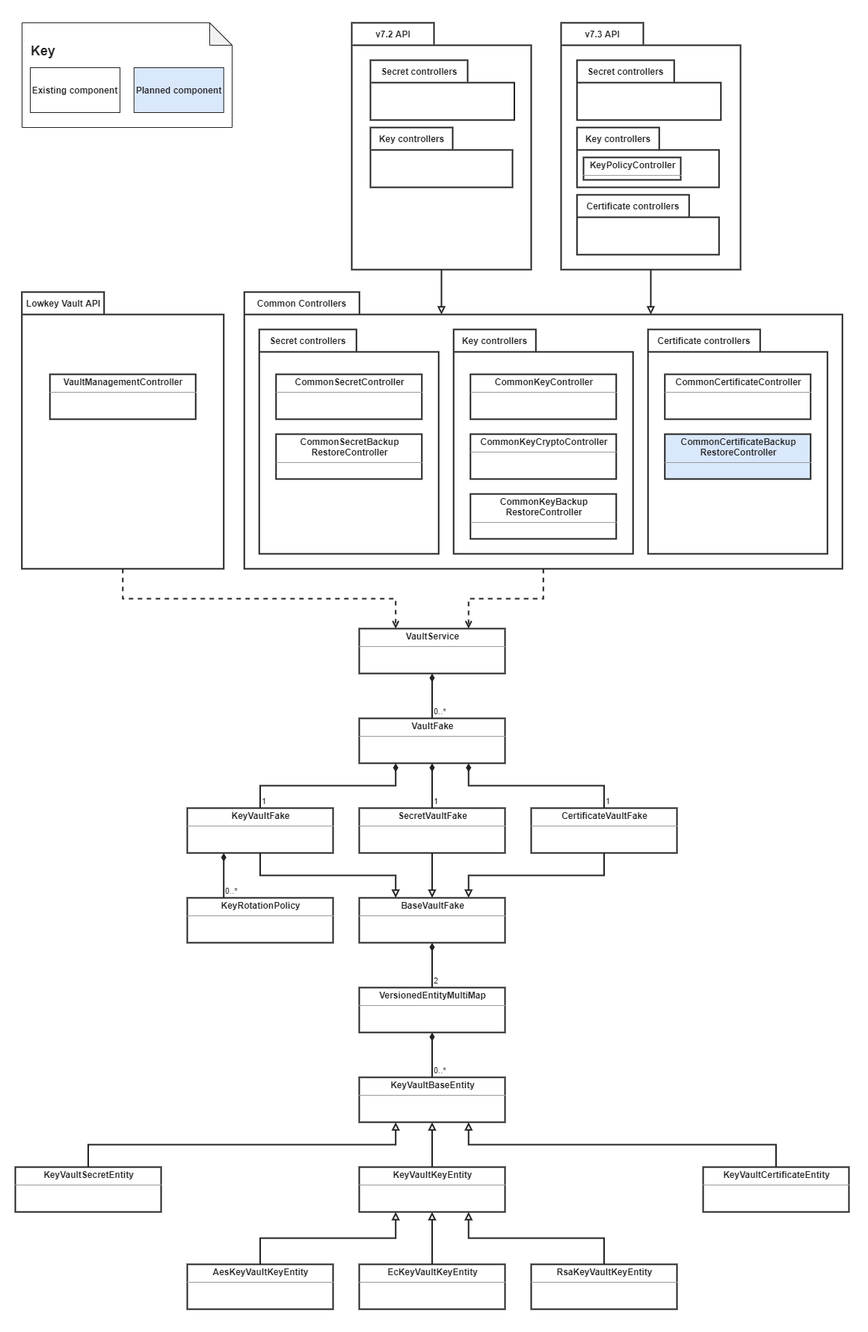
Earlier version of the draw.io export .github/assets/LowkeyVaultArchitecture-Classes.png (nagyesta/lowkey-vault). Source tidied: cells renumbered, new cells last; positions are measured from the earlier drawing's top-left corner, leaving out a move shared by most shapes.
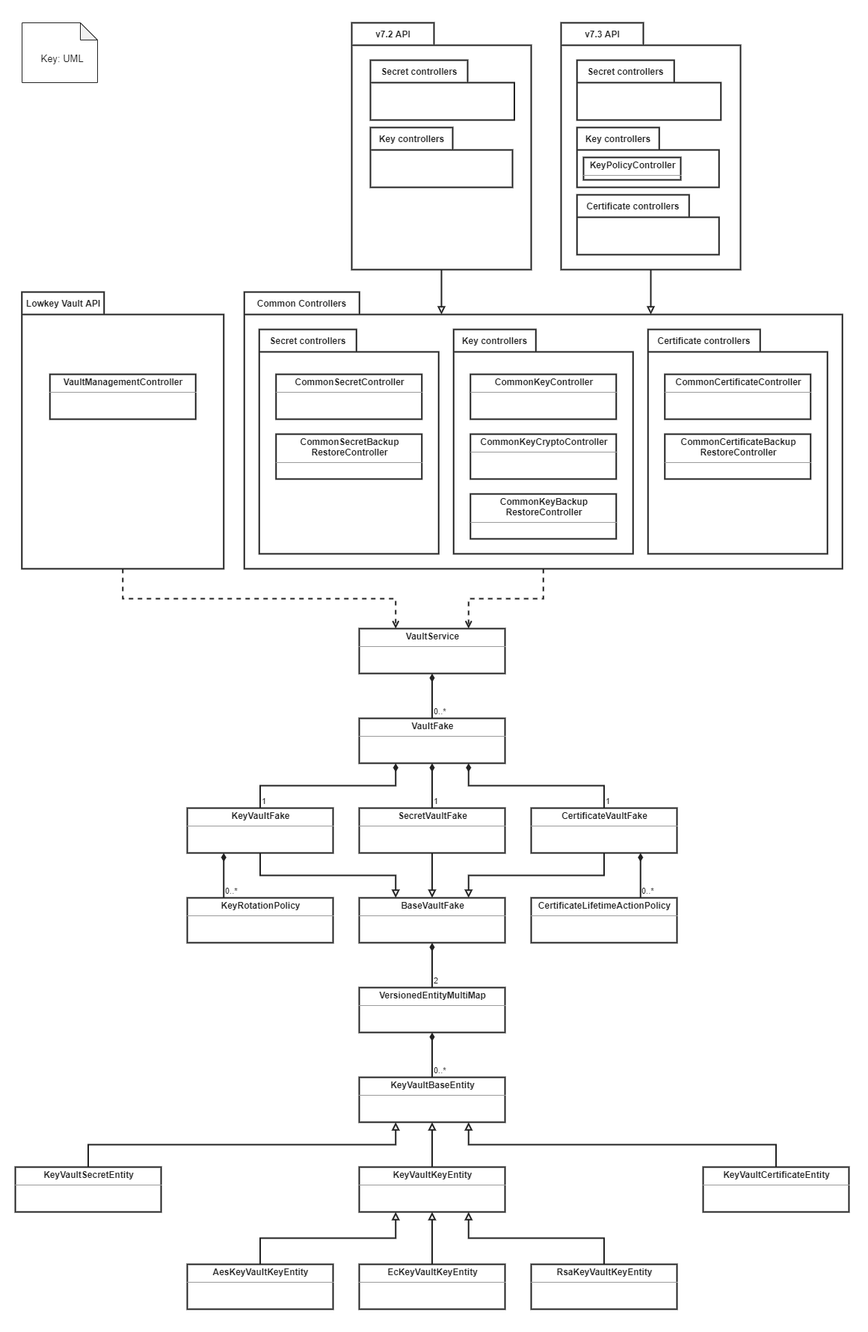
Above is the later version.

Commit message:
Update diagram with certificate changes

Diff of the diagram source:
```diff
@@ -136,7 +136,7 @@
     <mxCell id="44" value="&lt;p style=&quot;margin: 0px ; margin-top: 4px ; text-align: center&quot;&gt;&lt;b&gt;CommonCertificateController&lt;/b&gt;&lt;/p&gt;&lt;hr size=&quot;1&quot;&gt;&lt;div style=&quot;height: 2px&quot;&gt;&lt;/div&gt;" style="verticalAlign=top;align=left;overflow=fill;fontSize=12;fontFamily=Helvetica;html=1;strokeWidth=2;strokeColor=#222222;fontColor=#222222;" parent="34" vertex="1">
       <mxGeometry x="562.5" y="110" width="195" height="60" as="geometry" />
     </mxCell>
-    <mxCell id="45" value="&lt;p style=&quot;margin: 0px ; margin-top: 4px ; text-align: center&quot;&gt;&lt;b&gt;CommonCertificateBackup&lt;br&gt;RestoreController&lt;/b&gt;&lt;/p&gt;&lt;hr size=&quot;1&quot;&gt;&lt;div style=&quot;height: 2px&quot;&gt;&lt;/div&gt;" style="verticalAlign=top;align=left;overflow=fill;fontSize=12;fontFamily=Helvetica;html=1;strokeWidth=2;strokeColor=#222222;fontColor=#222222;fillColor=#DAE8FC;" parent="34" vertex="1">
+    <mxCell id="45" value="&lt;p style=&quot;margin: 0px ; margin-top: 4px ; text-align: center&quot;&gt;&lt;b&gt;CommonCertificateBackup&lt;br&gt;RestoreController&lt;/b&gt;&lt;/p&gt;&lt;hr size=&quot;1&quot;&gt;&lt;div style=&quot;height: 2px&quot;&gt;&lt;/div&gt;" style="verticalAlign=top;align=left;overflow=fill;fontSize=12;fontFamily=Helvetica;html=1;strokeWidth=2;strokeColor=#222222;fontColor=#222222;" parent="34" vertex="1">
       <mxGeometry x="562.5" y="190" width="195" height="60" as="geometry" />
     </mxCell>
     <mxCell id="46" style="group;fontColor=#222222;" parent="1" vertex="1">
@@ -179,15 +179,9 @@
         <mxPoint x="580" y="410" as="targetPoint" />
       </mxGeometry>
     </mxCell>
-    <mxCell id="58" value="&lt;br&gt;&amp;nbsp; Key" style="shape=note;whiteSpace=wrap;html=1;backgroundOutline=1;darkOpacity=0.05;fillColor=none;align=left;verticalAlign=top;fontStyle=1;fontSize=18;strokeColor=#222222;fontColor=#222222;" parent="1" vertex="1">
-      <mxGeometry x="19" y="20" width="281" height="140" as="geometry" />
+    <mxCell id="58" value="&lt;font style=&quot;font-size: 13px;&quot;&gt;&lt;br style=&quot;font-size: 13px;&quot;&gt;&lt;/font&gt;&lt;p style=&quot;font-size: 13px;&quot;&gt;&lt;font style=&quot;font-size: 13px;&quot;&gt;&amp;nbsp; Key: UML&lt;/font&gt;&lt;/p&gt;" style="shape=note;whiteSpace=wrap;html=1;backgroundOutline=1;darkOpacity=0.05;fillColor=none;align=center;verticalAlign=middle;fontStyle=0;fontSize=13;strokeColor=#222222;fontColor=#222222;size=23;" parent="1" vertex="1">
+      <mxGeometry x="19" y="20" width="101" height="80" as="geometry" />
     </mxCell>
-    <mxCell id="59" value="Existing component" style="rounded=0;whiteSpace=wrap;html=1;fillColor=none;fontSize=12;fontStyle=1;strokeColor=#222222;fontColor=#222222;" parent="1" vertex="1">
-      <mxGeometry x="30" y="80" width="120" height="60" as="geometry" />
-    </mxCell>
-    <mxCell id="60" value="Planned component" style="rounded=0;whiteSpace=wrap;html=1;fontSize=12;fontStyle=1;strokeColor=#222222;fontColor=#222222;sketch=0;fillColor=#DAE8FC;" parent="1" vertex="1">
-      <mxGeometry x="168.8" y="80" width="120" height="60" as="geometry" />
-    </mxCell>
     <mxCell id="61" value="0..*" style="edgeStyle=orthogonalEdgeStyle;rounded=0;jettySize=auto;html=1;exitX=0.25;exitY=1;exitDx=0;exitDy=0;strokeWidth=2;startArrow=diamondThin;startFill=1;endArrow=none;endFill=0;labelPosition=right;verticalLabelPosition=top;align=left;verticalAlign=bottom;entryX=0.25;entryY=0;entryDx=0;entryDy=0;strokeColor=#222222;fontColor=#222222;" parent="1" edge="1" source="8" target="62">
       <mxGeometry x="1" relative="1" as="geometry" />
     </mxCell>
@@ -197,5 +191,11 @@
     <mxCell id="63" value="&lt;p style=&quot;margin: 0px ; margin-top: 4px ; text-align: center&quot;&gt;&lt;b&gt;KeyPolicyController&lt;/b&gt;&lt;/p&gt;&lt;hr size=&quot;1&quot;&gt;&lt;div style=&quot;height: 2px&quot;&gt;&lt;/div&gt;" style="verticalAlign=top;align=left;overflow=fill;fontSize=12;fontFamily=Helvetica;html=1;strokeWidth=2;fillColor=#FFFFFF;strokeColor=#222222;fontColor=#222222;" parent="1" vertex="1">
       <mxGeometry x="770" y="200" width="130" height="30" as="geometry" />
     </mxCell>
+    <mxCell id="64" value="&lt;p style=&quot;margin: 0px ; margin-top: 4px ; text-align: center&quot;&gt;&lt;b&gt;CertificateLifetimeActionPolicy&lt;/b&gt;&lt;/p&gt;&lt;hr size=&quot;1&quot;&gt;&lt;div style=&quot;height: 2px&quot;&gt;&lt;/div&gt;" style="verticalAlign=top;align=left;overflow=fill;fontSize=12;fontFamily=Helvetica;html=1;strokeWidth=2;fillColor=#FFFFFF;strokeColor=#222222;fontColor=#222222;" parent="1" vertex="1">
+      <mxGeometry x="700" y="1190" width="195" height="60" as="geometry" />
+    </mxCell>
+    <mxCell id="65" value="0..*" style="edgeStyle=orthogonalEdgeStyle;rounded=0;jettySize=auto;html=1;exitX=0.75;exitY=1;exitDx=0;exitDy=0;strokeWidth=2;startArrow=diamondThin;startFill=1;endArrow=none;endFill=0;labelPosition=right;verticalLabelPosition=top;align=left;verticalAlign=bottom;entryX=0.75;entryY=0;entryDx=0;entryDy=0;strokeColor=#222222;fontColor=#222222;" parent="1" edge="1" source="11" target="64">
+      <mxGeometry x="1" relative="1" as="geometry" />
+    </mxCell>
   </root>
 </mxGraphModel>
```
